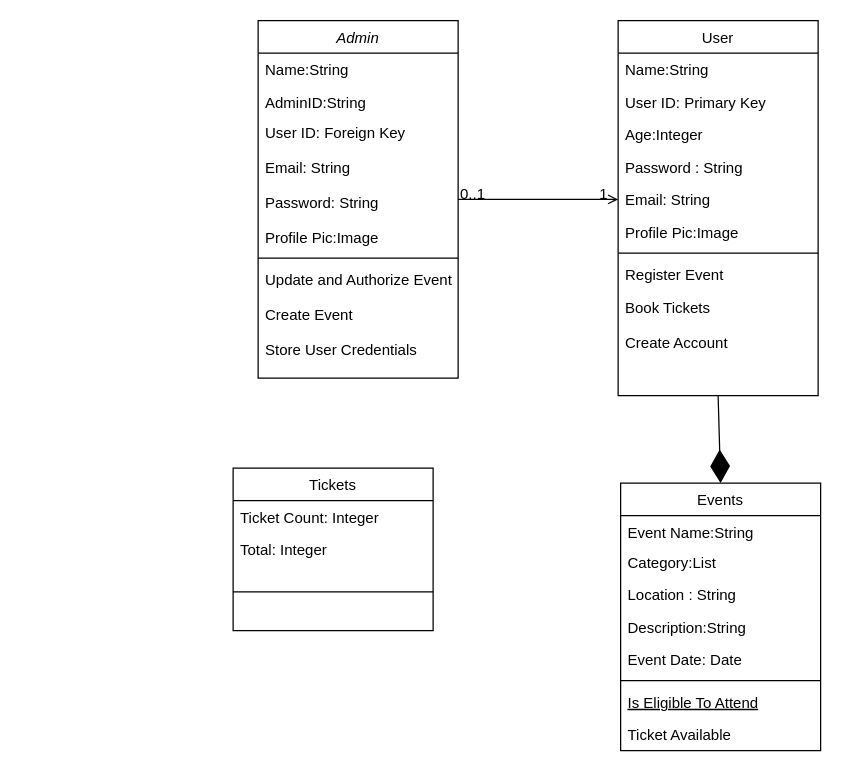
The draw.io diagram Untitled Diagram.drawio in Stormtroopper/HTML-layout-learning, before the edit. Source tidied: cells renumbered, new cells numbered last; positions are measured from the earlier drawing's top-left corner, leaving out a move shared by most shapes. Both pictures are drawn from the tidied source at 125%, with x=0, y=0 at pixel (232, 20).
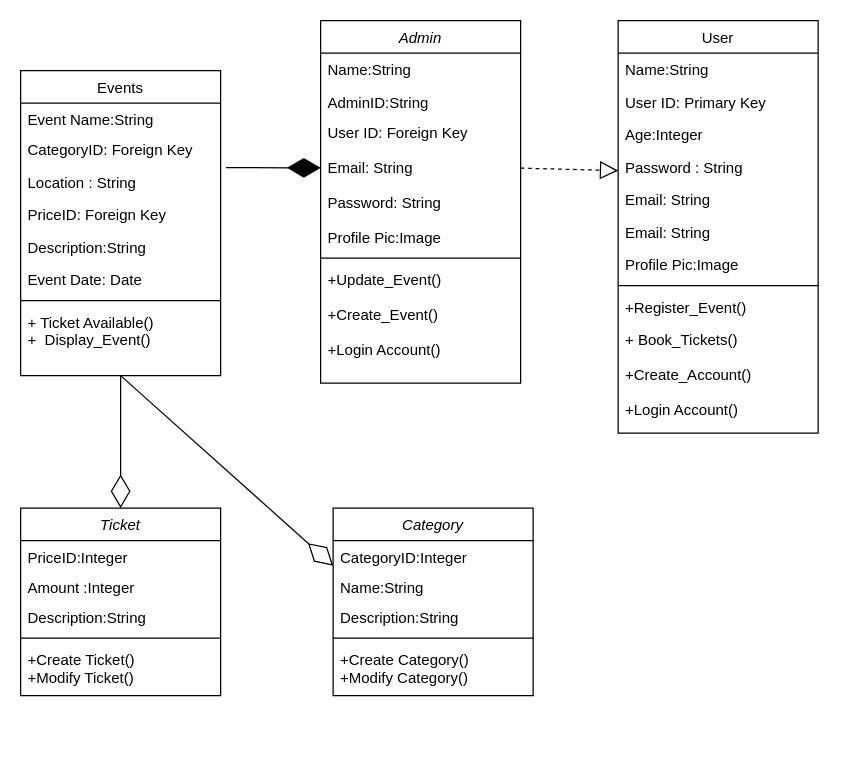
After the change.

Commit message:
Update UML_Diagram Event .drawio

The change refers to these unchanged cells:
```xml
<mxCell id="5" value="User ID: Foreign Key&#10;&#10;Email: String&#10;&#10;Password: String" style="text;align=left;verticalAlign=top;spacingLeft=4;spacingRight=4;overflow=hidden;points=[[0,0.5],[1,0.5]];portConstraint=eastwest;rounded=0;shadow=0;html=0;" parent="2" vertex="1">
  <mxGeometry y="76" width="160" height="84" as="geometry" />
</mxCell>
<mxCell id="12" value="Location : String" style="text;align=left;verticalAlign=top;spacingLeft=4;spacingRight=4;overflow=hidden;points=[[0,0.5],[1,0.5]];portConstraint=eastwest;rounded=0;shadow=0;html=0;" parent="9" vertex="1">
  <mxGeometry y="76" width="160" height="26" as="geometry" />
</mxCell>
```

The edit, as a diff of the source:
```diff
@@
     <mxCell id="2" value="Admin" style="swimlane;fontStyle=2;align=center;verticalAlign=top;horizontal=1;startSize=26;rounded=0;shadow=0;strokeWidth=1;" parent="1" vertex="1">
-      <mxGeometry x="20" width="160" height="286" as="geometry" />
+      <mxGeometry x="70" width="160" height="290" as="geometry" />
     </mxCell>
@@
-    <mxCell id="8" value="Update and Authorize Event&#10;&#10;Create Event&#10;&#10;Store User Credentials" style="text;align=left;verticalAlign=top;spacingLeft=4;spacingRight=4;overflow=hidden;" parent="2" vertex="1">
-      <mxGeometry y="194" width="160" height="92" as="geometry" />
+    <mxCell id="8" value="+Update_Event()&#10;&#10;+Create_Event()&#10;&#10;+Login Account()&#10;" style="text;align=left;verticalAlign=top;spacingLeft=4;spacingRight=4;overflow=hidden;" parent="2" vertex="1">
+      <mxGeometry y="194" width="160" height="96" as="geometry" />
     </mxCell>
     <mxCell id="9" value="Events" style="swimlane;fontStyle=0;align=center;verticalAlign=top;horizontal=1;startSize=26;rounded=0;shadow=0;strokeWidth=1;" parent="1" vertex="1">
-      <mxGeometry x="310" y="370" width="160" height="214" as="geometry" />
+      <mxGeometry x="-170" y="40" width="160" height="244" as="geometry" />
     </mxCell>
@@
-    <mxCell id="11" value="Category:List" style="text;align=left;verticalAlign=top;spacingLeft=4;spacingRight=4;overflow=hidden;rounded=0;shadow=0;html=0;" parent="9" vertex="1">
+    <mxCell id="11" value="CategoryID: Foreign Key" style="text;align=left;verticalAlign=top;spacingLeft=4;spacingRight=4;overflow=hidden;rounded=0;shadow=0;html=0;" parent="9" vertex="1">
       <mxGeometry y="50" width="160" height="26" as="geometry" />
     </mxCell>
@@
+    <mxCell id="36" value="PriceID: Foreign Key" style="text;align=left;verticalAlign=top;spacingLeft=4;spacingRight=4;overflow=hidden;rounded=0;shadow=0;html=0;" parent="9" vertex="1">
+      <mxGeometry y="102" width="160" height="26" as="geometry" />
+    </mxCell>
     <mxCell id="13" value="Description:String" style="text;align=left;verticalAlign=top;spacingLeft=4;spacingRight=4;overflow=hidden;rounded=0;shadow=0;html=0;" parent="9" vertex="1">
-      <mxGeometry y="102" width="160" height="26" as="geometry" />
+      <mxGeometry y="128" width="160" height="26" as="geometry" />
     </mxCell>
     <mxCell id="14" value="Event Date: Date" style="text;align=left;verticalAlign=top;spacingLeft=4;spacingRight=4;overflow=hidden;rounded=0;shadow=0;html=0;" parent="9" vertex="1">
-      <mxGeometry y="128" width="160" height="26" as="geometry" />
+      <mxGeometry y="154" width="160" height="26" as="geometry" />
     </mxCell>
     <mxCell id="15" style="line;html=1;strokeWidth=1;align=left;verticalAlign=middle;spacingTop=-1;spacingLeft=3;spacingRight=3;labelPosition=right;" parent="9" vertex="1">
-      <mxGeometry y="154" width="160" height="8" as="geometry" />
+      <mxGeometry y="180" width="160" height="8" as="geometry" />
     </mxCell>
-    <mxCell id="16" value="Is Eligible To Attend" style="text;align=left;verticalAlign=top;spacingLeft=4;spacingRight=4;overflow=hidden;fontStyle=4;" parent="9" vertex="1">
-      <mxGeometry y="162" width="160" height="26" as="geometry" />
-    </mxCell>
-    <mxCell id="17" value="Ticket Available" style="text;align=left;verticalAlign=top;spacingLeft=4;spacingRight=4;overflow=hidden;" parent="9" vertex="1">
-      <mxGeometry y="188" width="160" height="26" as="geometry" />
+    <mxCell id="17" value="+ Ticket Available()&#10;+  Display_Event()" style="text;align=left;verticalAlign=top;spacingLeft=4;spacingRight=4;overflow=hidden;" parent="9" vertex="1">
+      <mxGeometry y="188" width="160" height="42" as="geometry" />
     </mxCell>
-    <mxCell id="18" value="Tickets" style="swimlane;fontStyle=0;align=center;verticalAlign=top;horizontal=1;startSize=26;rounded=0;shadow=0;strokeWidth=1;" parent="1" vertex="1">
-      <mxGeometry y="358" width="160" height="130" as="geometry" />
-    </mxCell>
-    <mxCell id="19" value="Ticket Count: Integer " style="text;align=left;verticalAlign=top;spacingLeft=4;spacingRight=4;overflow=hidden;" parent="18" vertex="1">
-      <mxGeometry y="26" width="160" height="26" as="geometry" />
-    </mxCell>
-    <mxCell id="20" value="Total: Integer" style="text;align=left;verticalAlign=top;spacingLeft=4;spacingRight=4;overflow=hidden;" parent="18" vertex="1">
-      <mxGeometry y="52" width="160" height="26" as="geometry" />
-    </mxCell>
-    <mxCell id="21" style="line;html=1;strokeWidth=1;align=left;verticalAlign=middle;spacingTop=-1;spacingLeft=3;spacingRight=3;labelPosition=right;" parent="18" vertex="1">
-      <mxGeometry y="78" width="160" height="42" as="geometry" />
-    </mxCell>
     <mxCell id="22" value="User" style="swimlane;fontStyle=0;align=center;verticalAlign=top;horizontal=1;startSize=26;rounded=0;shadow=0;strokeWidth=1;" parent="1" vertex="1">
-      <mxGeometry x="308" width="160" height="300" as="geometry" />
+      <mxGeometry x="308" width="160" height="330" as="geometry" />
     </mxCell>
@@
+    <mxCell id="37" value="Email: String" style="text;align=left;verticalAlign=top;spacingLeft=4;spacingRight=4;overflow=hidden;rounded=0;shadow=0;html=0;" parent="22" vertex="1">
+      <mxGeometry y="156" width="160" height="26" as="geometry" />
+    </mxCell>
     <mxCell id="28" value="Profile Pic:Image" style="text;align=left;verticalAlign=top;spacingLeft=4;spacingRight=4;overflow=hidden;rounded=0;shadow=0;html=0;" parent="22" vertex="1">
-      <mxGeometry y="156" width="160" height="26" as="geometry" />
+      <mxGeometry y="182" width="160" height="26" as="geometry" />
     </mxCell>
     <mxCell id="29" style="line;html=1;strokeWidth=1;align=left;verticalAlign=middle;spacingTop=-1;spacingLeft=3;spacingRight=3;labelPosition=right;" parent="22" vertex="1">
-      <mxGeometry y="182" width="160" height="8" as="geometry" />
+      <mxGeometry y="208" width="160" height="8" as="geometry" />
     </mxCell>
-    <mxCell id="30" value="Register Event " style="text;align=left;verticalAlign=top;spacingLeft=4;spacingRight=4;overflow=hidden;" parent="22" vertex="1">
-      <mxGeometry y="190" width="160" height="26" as="geometry" />
+    <mxCell id="30" value="+Register_Event() " style="text;align=left;verticalAlign=top;spacingLeft=4;spacingRight=4;overflow=hidden;" parent="22" vertex="1">
+      <mxGeometry y="216" width="160" height="26" as="geometry" />
     </mxCell>
-    <mxCell id="31" value="Book Tickets&#10; &#10;Create Account" style="text;align=left;verticalAlign=top;spacingLeft=4;spacingRight=4;overflow=hidden;" parent="22" vertex="1">
-      <mxGeometry y="216" width="160" height="58" as="geometry" />
-    </mxCell>
-    <mxCell id="32" style="endArrow=open;shadow=0;strokeWidth=1;rounded=0;curved=0;endFill=1;edgeStyle=elbowEdgeStyle;elbow=vertical;" parent="1" edge="1" source="2" target="22">
-      <mxGeometry x="0.5" y="41" relative="1" as="geometry">
-        <mxPoint x="-40" y="32" as="offset" />
-      </mxGeometry>
-    </mxCell>
-    <mxCell id="33" value="0..1" style="align=left;verticalAlign=bottom;labelBackgroundColor=none;fontSize=12;" parent="32" vertex="1">
-      <mxGeometry x="-1" relative="1" as="geometry">
-        <mxPoint y="4" as="offset" />
-      </mxGeometry>
-    </mxCell>
-    <mxCell id="34" value="1" style="align=right;verticalAlign=bottom;labelBackgroundColor=none;fontSize=12;" parent="32" vertex="1">
-      <mxGeometry x="1" relative="1" as="geometry">
-        <mxPoint x="-7" y="4" as="offset" />
-      </mxGeometry>
-    </mxCell>
-    <mxCell id="35" style="endArrow=diamondThin;endFill=1;endSize=24;html=1;rounded=0;entryX=0.5;entryY=0;entryDx=0;entryDy=0;exitX=0.5;exitY=1;exitDx=0;exitDy=0;" parent="1" edge="1" source="22" target="9">
-      <mxGeometry relative="1" as="geometry" />
-    </mxCell>
+    <mxCell id="38" value="+ Book_Tickets()&#10; &#10;+Create_Account()&#10;&#10;+Login Account()&#10;" style="text;align=left;verticalAlign=top;spacingLeft=4;spacingRight=4;overflow=hidden;" parent="22" vertex="1">
+      <mxGeometry y="242" width="160" height="88" as="geometry" />
+    </mxCell>
+    <mxCell id="39" style="endArrow=diamondThin;endFill=0;endSize=24;html=1;rounded=0;exitX=0.5;exitY=1;exitDx=0;exitDy=0;entryX=0.5;entryY=0;entryDx=0;entryDy=0;" parent="1" edge="1" source="9" target="40">
+      <mxGeometry relative="1" as="geometry" />
+    </mxCell>
+    <mxCell id="40" value="Ticket" style="swimlane;fontStyle=2;align=center;verticalAlign=top;horizontal=1;startSize=26;rounded=0;shadow=0;strokeWidth=1;" parent="1" vertex="1">
+      <mxGeometry x="-170" y="390" width="160" height="150" as="geometry" />
+    </mxCell>
+    <mxCell id="41" value="PriceID:Integer" style="text;align=left;verticalAlign=top;spacingLeft=4;spacingRight=4;overflow=hidden;rounded=0;shadow=0;html=0;" parent="40" vertex="1">
+      <mxGeometry y="26" width="160" height="24" as="geometry" />
+    </mxCell>
+    <mxCell id="42" value="Amount :Integer" style="text;align=left;verticalAlign=top;spacingLeft=4;spacingRight=4;overflow=hidden;" parent="40" vertex="1">
+      <mxGeometry y="50" width="160" height="24" as="geometry" />
+    </mxCell>
+    <mxCell id="43" value="Description:String" style="text;align=left;verticalAlign=top;spacingLeft=4;spacingRight=4;overflow=hidden;rounded=0;shadow=0;html=0;" parent="40" vertex="1">
+      <mxGeometry y="74" width="160" height="26" as="geometry" />
+    </mxCell>
+    <mxCell id="44" style="line;html=1;strokeWidth=1;align=left;verticalAlign=middle;spacingTop=-1;spacingLeft=3;spacingRight=3;labelPosition=right;" parent="40" vertex="1">
+      <mxGeometry y="100" width="160" height="8" as="geometry" />
+    </mxCell>
+    <mxCell id="45" value="+Create Ticket()&#10;+Modify Ticket()" style="text;align=left;verticalAlign=top;spacingLeft=4;spacingRight=4;overflow=hidden;" parent="40" vertex="1">
+      <mxGeometry y="108" width="160" height="42" as="geometry" />
+    </mxCell>
+    <mxCell id="46" style="endArrow=block;dashed=1;endFill=0;endSize=12;html=1;rounded=0;exitX=1;exitY=0.5;exitDx=0;exitDy=0;" parent="1" edge="1" source="5">
+      <mxGeometry relative="1" as="geometry">
+        <mxPoint x="308" y="120" as="targetPoint" />
+      </mxGeometry>
+    </mxCell>
+    <mxCell id="47" style="endArrow=diamondThin;endFill=1;endSize=24;html=1;rounded=0;exitX=1.027;exitY=0.061;exitDx=0;exitDy=0;exitPerimeter=0;" parent="1" edge="1" source="12" target="5">
+      <mxGeometry relative="1" as="geometry" />
+    </mxCell>
+    <mxCell id="48" value="Category" style="swimlane;fontStyle=2;align=center;verticalAlign=top;horizontal=1;startSize=26;rounded=0;shadow=0;strokeWidth=1;" parent="1" vertex="1">
+      <mxGeometry x="80" y="390" width="160" height="150" as="geometry" />
+    </mxCell>
+    <mxCell id="49" value="CategoryID:Integer" style="text;align=left;verticalAlign=top;spacingLeft=4;spacingRight=4;overflow=hidden;rounded=0;shadow=0;html=0;" parent="48" vertex="1">
+      <mxGeometry y="26" width="160" height="24" as="geometry" />
+    </mxCell>
+    <mxCell id="50" value="Name:String" style="text;align=left;verticalAlign=top;spacingLeft=4;spacingRight=4;overflow=hidden;" parent="48" vertex="1">
+      <mxGeometry y="50" width="160" height="24" as="geometry" />
+    </mxCell>
+    <mxCell id="51" value="Description:String" style="text;align=left;verticalAlign=top;spacingLeft=4;spacingRight=4;overflow=hidden;rounded=0;shadow=0;html=0;" parent="48" vertex="1">
+      <mxGeometry y="74" width="160" height="26" as="geometry" />
+    </mxCell>
+    <mxCell id="52" style="line;html=1;strokeWidth=1;align=left;verticalAlign=middle;spacingTop=-1;spacingLeft=3;spacingRight=3;labelPosition=right;" parent="48" vertex="1">
+      <mxGeometry y="100" width="160" height="8" as="geometry" />
+    </mxCell>
+    <mxCell id="53" value="+Create Category()&#10;+Modify Category()" style="text;align=left;verticalAlign=top;spacingLeft=4;spacingRight=4;overflow=hidden;" parent="48" vertex="1">
+      <mxGeometry y="108" width="160" height="42" as="geometry" />
+    </mxCell>
+    <mxCell id="54" style="endArrow=diamondThin;endFill=0;endSize=24;html=1;rounded=0;entryX=0.5;entryY=0;entryDx=0;entryDy=0;exitX=0.5;exitY=1;exitDx=0;exitDy=0;" parent="1" edge="1" source="9">
+      <mxGeometry relative="1" as="geometry">
+        <mxPoint x="80" y="436" as="targetPoint" />
+      </mxGeometry>
+    </mxCell>
```
